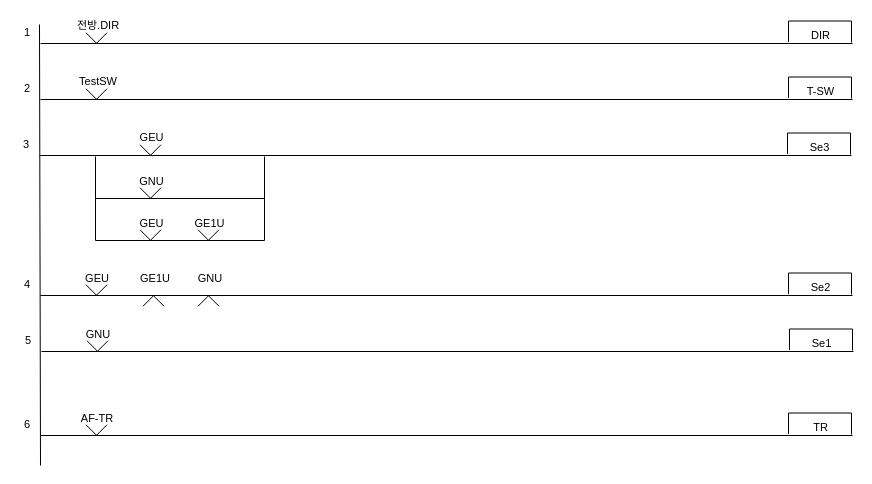
Earlier version of the draw.io diagram page "통신제어(송신)" (8 of 8) of Signal/4Display-Signal-Control-Logic.drawio (chillin2/MyDraw.io). Source tidied: cells renumbered, new cells numbered last; positions are measured from the earlier drawing's top-left corner, leaving out a move shared by most shapes. Both pictures are drawn from the tidied source at 100%, with x=0, y=0 at pixel (17, 17).
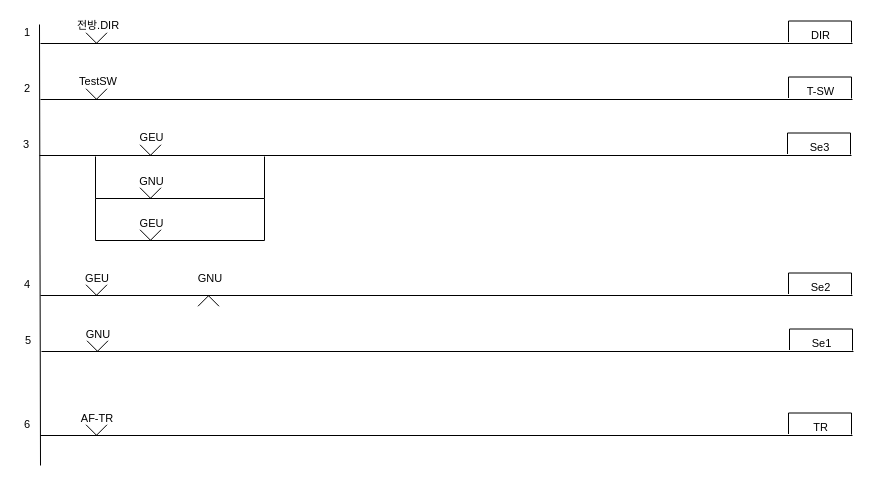
The same diagram, later.

Diff of the diagram source:
```diff
@@
-    <mxCell id="29" value="GE1U" style="text;html=1;strokeColor=none;fillColor=none;align=center;verticalAlign=middle;whiteSpace=wrap;rounded=0;fontFamily=Helvetica;fontSize=11;fontColor=default;" parent="1" vertex="1">
-      <mxGeometry x="118" y="253" width="40" height="15" as="geometry" />
-    </mxCell>
-    <mxCell id="30" style="verticalLabelPosition=bottom;html=1;verticalAlign=top;align=center;shape=mxgraph.floorplan.windowBow;strokeWidth=1;fontSize=11;direction=west;" parent="1" vertex="1">
-      <mxGeometry x="125.5" y="278" width="21" height="11" as="geometry" />
-    </mxCell>
@@
-    <mxCell id="35" style="verticalLabelPosition=bottom;html=1;verticalAlign=top;align=center;shape=mxgraph.floorplan.windowBow;strokeWidth=1;fontSize=11;" parent="1" vertex="1">
-      <mxGeometry x="180.5" y="212" width="21" height="11" as="geometry" />
-    </mxCell>
-    <mxCell id="36" value="GE1U" style="text;html=1;strokeColor=none;fillColor=none;align=center;verticalAlign=middle;whiteSpace=wrap;rounded=0;fontFamily=Helvetica;fontSize=11;fontColor=default;" parent="1" vertex="1">
-      <mxGeometry x="168" y="199" width="49" height="14" as="geometry" />
-    </mxCell>
```
